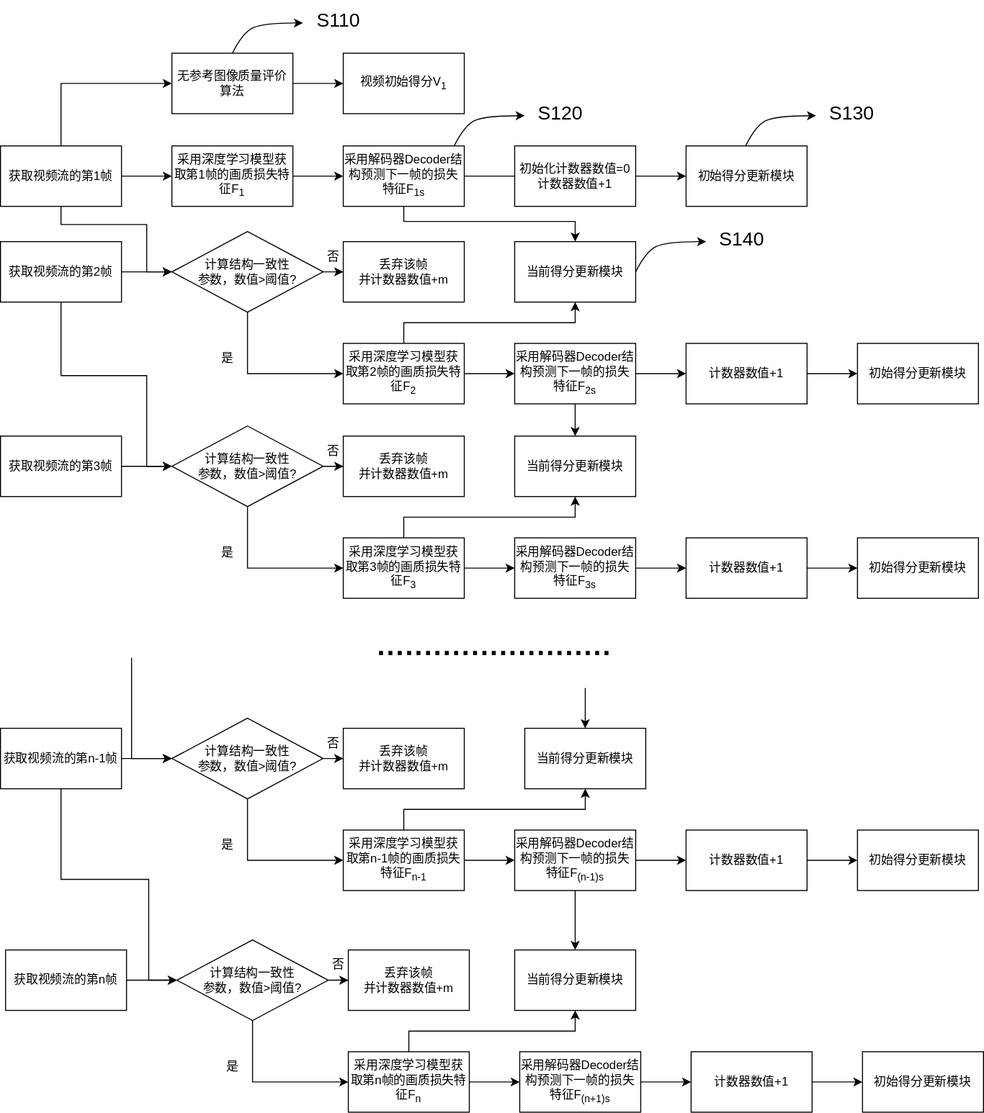
hrf666666/FlowCharts keeps this draw.io diagram as stream_video_quality_assessment_flowchart.drawio.svg. Above is the earlier version. Source tidied: cells renumbered, new cells last; positions are measured from the earlier drawing's top-left corner, leaving out a move shared by most shapes.
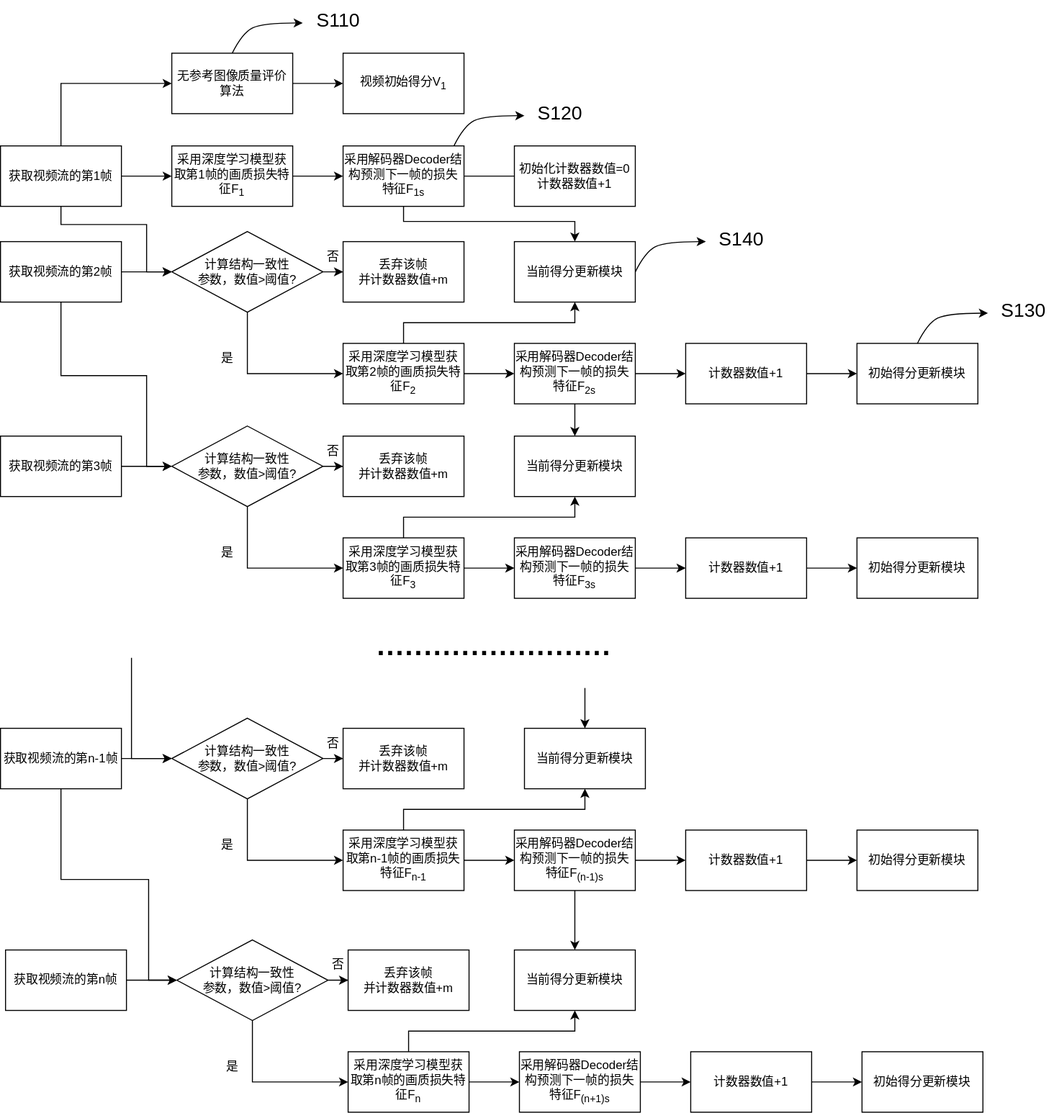
Above is the later version.

What changed in the source:
```diff
@@ -110,12 +110,6 @@
     <mxCell id="30" value="是" style="text;html=1;align=center;verticalAlign=middle;strokeColor=none;fillColor=none;" parent="1" vertex="1">
       <mxGeometry x="205" y="340" width="40" height="30" as="geometry" />
     </mxCell>
-    <mxCell id="31" value="初始得分更新模块" style="rounded=0;whiteSpace=wrap;html=1;" parent="1" vertex="1">
-      <mxGeometry x="680" y="144" width="120" height="60" as="geometry" />
-    </mxCell>
-    <mxCell id="32" style="edgeStyle=orthogonalEdgeStyle;rounded=0;jettySize=auto;html=1;entryX=0;entryY=0.5;entryDx=0;entryDy=0;" parent="1" edge="1" source="33" target="31">
-      <mxGeometry relative="1" as="geometry" />
-    </mxCell>
     <mxCell id="33" value="初始化计数器数值=0&lt;br&gt;计数器数值+1" style="rounded=0;whiteSpace=wrap;html=1;" parent="1" vertex="1">
       <mxGeometry x="510" y="144" width="120" height="60" as="geometry" />
     </mxCell>
@@ -343,19 +337,6 @@
     <mxCell id="95" value="S110" style="text;html=1;align=center;verticalAlign=middle;strokeColor=none;fillColor=none;fontSize=19;" parent="1" vertex="1">
       <mxGeometry x="300" width="70" height="40" as="geometry" />
     </mxCell>
-    <mxCell id="96" style="curved=1;endArrow=classic;html=1;rounded=0;" parent="1" edge="1">
-      <mxGeometry relative="1" as="geometry">
-        <mxPoint x="739" y="144" as="sourcePoint" />
-        <mxPoint x="809" y="114" as="targetPoint" />
-        <Array as="points">
-          <mxPoint x="749" y="124" />
-          <mxPoint x="769" y="114" />
-        </Array>
-      </mxGeometry>
-    </mxCell>
-    <mxCell id="97" value="S130" style="text;html=1;align=center;verticalAlign=middle;strokeColor=none;fillColor=none;fontSize=19;" parent="1" vertex="1">
-      <mxGeometry x="809" y="92" width="70" height="40" as="geometry" />
-    </mxCell>
     <mxCell id="98" style="curved=1;endArrow=classic;html=1;rounded=0;" parent="1" edge="1">
       <mxGeometry relative="1" as="geometry">
         <mxPoint x="630" y="269" as="sourcePoint" />
@@ -369,5 +350,18 @@
     <mxCell id="99" value="S140" style="text;html=1;align=center;verticalAlign=middle;strokeColor=none;fillColor=none;fontSize=19;" parent="1" vertex="1">
       <mxGeometry x="700" y="217" width="70" height="40" as="geometry" />
     </mxCell>
+    <mxCell id="100" style="curved=1;endArrow=classic;html=1;rounded=0;" parent="1" edge="1">
+      <mxGeometry relative="1" as="geometry">
+        <mxPoint x="910" y="340" as="sourcePoint" />
+        <mxPoint x="980" y="310" as="targetPoint" />
+        <Array as="points">
+          <mxPoint x="920" y="320" />
+          <mxPoint x="940" y="310" />
+        </Array>
+      </mxGeometry>
+    </mxCell>
+    <mxCell id="97" value="S130" style="text;html=1;align=center;verticalAlign=middle;strokeColor=none;fillColor=none;fontSize=19;" parent="1" vertex="1">
+      <mxGeometry x="980" y="288" width="70" height="40" as="geometry" />
+    </mxCell>
   </root>
 </mxGraphModel>
```
